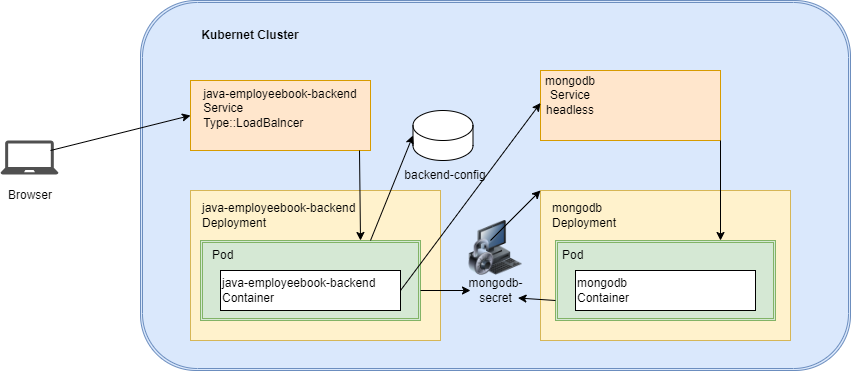
gandhipratik65/kube-assign keeps this draw.io diagram as img/architecture.png. Above is the earlier version. Source tidied: cells renumbered, new cells last; positions are measured from the earlier drawing's top-left corner, leaving out a move shared by most shapes. Source of this version:
```xml
<mxGraphModel>
  <root>
    <mxCell id="0" />
    <mxCell id="1" parent="0" />
    <mxCell id="2" style="sketch=0;shadow=0;dashed=0;html=1;strokeColor=none;fillColor=#505050;labelPosition=center;verticalLabelPosition=bottom;verticalAlign=top;align=center;shape=mxgraph.office.devices.laptop;" parent="1" vertex="1">
      <mxGeometry y="140" width="58" height="34" as="geometry" />
    </mxCell>
    <mxCell id="3" value="Browser" style="text;html=1;align=center;verticalAlign=middle;whiteSpace=wrap;rounded=0;" parent="1" vertex="1">
      <mxGeometry y="180" width="60" height="30" as="geometry" />
    </mxCell>
    <mxCell id="4" style="shape=ext;double=1;rounded=1;whiteSpace=wrap;html=1;fillColor=#dae8fc;strokeColor=#6c8ebf;" parent="1" vertex="1">
      <mxGeometry x="140" width="710" height="370" as="geometry" />
    </mxCell>
    <mxCell id="5" value="&lt;b&gt;Kubernet Cluster&lt;/b&gt;" style="text;html=1;align=center;verticalAlign=middle;whiteSpace=wrap;rounded=0;" parent="1" vertex="1">
      <mxGeometry x="180" y="20" width="140" height="30" as="geometry" />
    </mxCell>
    <mxCell id="6" value="java-employeebook-backend&lt;div style=&quot;text-align: left;&quot;&gt;Service&lt;/div&gt;&lt;div&gt;&lt;div style=&quot;text-align: left;&quot;&gt;&lt;span style=&quot;background-color: initial;&quot;&gt;Type::LoadBalncer&lt;/span&gt;&lt;/div&gt;&lt;div&gt;&lt;br&gt;&lt;/div&gt;&lt;/div&gt;" style="rounded=0;whiteSpace=wrap;html=1;fillColor=#ffe6cc;strokeColor=#d79b00;" parent="1" vertex="1">
      <mxGeometry x="190" y="80" width="180" height="70" as="geometry" />
    </mxCell>
    <mxCell id="7" style="rounded=0;whiteSpace=wrap;html=1;fillColor=#fff2cc;strokeColor=#d6b656;" parent="1" vertex="1">
      <mxGeometry x="190" y="190" width="250" height="150" as="geometry" />
    </mxCell>
    <mxCell id="8" value="java-employeebook-backend&lt;div&gt;Deployment&lt;/div&gt;" style="text;html=1;align=left;verticalAlign=middle;whiteSpace=wrap;rounded=0;" parent="1" vertex="1">
      <mxGeometry x="200" y="200" width="160" height="30" as="geometry" />
    </mxCell>
    <mxCell id="9" style="shape=ext;double=1;rounded=0;whiteSpace=wrap;html=1;fillColor=#d5e8d4;strokeColor=#82b366;" parent="1" vertex="1">
      <mxGeometry x="200" y="240" width="220" height="80" as="geometry" />
    </mxCell>
    <mxCell id="10" value="Pod" style="text;html=1;align=left;verticalAlign=middle;whiteSpace=wrap;rounded=0;" parent="1" vertex="1">
      <mxGeometry x="210" y="240" width="60" height="30" as="geometry" />
    </mxCell>
    <mxCell id="11" value="java-employeebook-backend&lt;div&gt;Container&lt;/div&gt;" style="rounded=0;whiteSpace=wrap;html=1;align=left;" parent="1" vertex="1">
      <mxGeometry x="220" y="270" width="180" height="40" as="geometry" />
    </mxCell>
    <mxCell id="12" value="&lt;div style=&quot;text-align: left;&quot;&gt;&lt;br&gt;&lt;/div&gt;&lt;div&gt;&lt;div&gt;&lt;br&gt;&lt;/div&gt;&lt;/div&gt;" style="rounded=0;whiteSpace=wrap;html=1;fillColor=#ffe6cc;strokeColor=#d79b00;" parent="1" vertex="1">
      <mxGeometry x="540" y="70" width="180" height="70" as="geometry" />
    </mxCell>
    <mxCell id="13" style="rounded=0;whiteSpace=wrap;html=1;fillColor=#fff2cc;strokeColor=#d6b656;" parent="1" vertex="1">
      <mxGeometry x="540" y="190" width="250" height="150" as="geometry" />
    </mxCell>
    <mxCell id="14" value="&lt;div&gt;mongodb&lt;/div&gt;&lt;div&gt;Deployment&lt;/div&gt;" style="text;html=1;align=left;verticalAlign=middle;whiteSpace=wrap;rounded=0;" parent="1" vertex="1">
      <mxGeometry x="550" y="200" width="160" height="30" as="geometry" />
    </mxCell>
    <mxCell id="15" style="shape=ext;double=1;rounded=0;whiteSpace=wrap;html=1;fillColor=#d5e8d4;strokeColor=#82b366;" parent="1" vertex="1">
      <mxGeometry x="555" y="240" width="220" height="80" as="geometry" />
    </mxCell>
    <mxCell id="16" value="&lt;div&gt;mongodb&lt;/div&gt;&lt;div&gt;Container&lt;/div&gt;" style="rounded=0;whiteSpace=wrap;html=1;align=left;" parent="1" vertex="1">
      <mxGeometry x="575" y="270" width="180" height="40" as="geometry" />
    </mxCell>
    <mxCell id="17" value="Pod" style="text;html=1;align=left;verticalAlign=middle;whiteSpace=wrap;rounded=0;" parent="1" vertex="1">
      <mxGeometry x="560" y="240" width="60" height="30" as="geometry" />
    </mxCell>
    <mxCell id="18" value="mongodb&lt;div&gt;Service&lt;/div&gt;&lt;div&gt;headless&lt;/div&gt;" style="text;html=1;align=center;verticalAlign=middle;whiteSpace=wrap;rounded=0;" parent="1" vertex="1">
      <mxGeometry x="540" y="80" width="60" height="30" as="geometry" />
    </mxCell>
    <mxCell id="19" style="shape=cylinder3;whiteSpace=wrap;html=1;boundedLbl=1;backgroundOutline=1;size=15;" parent="1" vertex="1">
      <mxGeometry x="412.5" y="110" width="60" height="50" as="geometry" />
    </mxCell>
    <mxCell id="20" value="backend-config" style="text;html=1;align=center;verticalAlign=middle;whiteSpace=wrap;rounded=0;" parent="1" vertex="1">
      <mxGeometry x="400" y="160" width="90" height="30" as="geometry" />
    </mxCell>
    <mxCell id="21" style="image;html=1;image=img/lib/clip_art/computers/Secure_System_128x128.png;" parent="1" vertex="1">
      <mxGeometry x="462.5" y="220" width="65" height="55" as="geometry" />
    </mxCell>
    <mxCell id="22" value="mongodb-secret" style="text;html=1;align=center;verticalAlign=middle;whiteSpace=wrap;rounded=0;" parent="1" vertex="1">
      <mxGeometry x="472.5" y="275" width="45" height="30" as="geometry" />
    </mxCell>
    <mxCell id="23" style="endArrow=classic;html=1;rounded=0;" parent="1" edge="1">
      <mxGeometry relative="1" as="geometry">
        <mxPoint x="359" y="150" as="sourcePoint" />
        <mxPoint x="360" y="240" as="targetPoint" />
      </mxGeometry>
    </mxCell>
    <mxCell id="24" style="endArrow=classic;html=1;rounded=0;entryX=0;entryY=0.5;entryDx=0;entryDy=0;entryPerimeter=0;" parent="1" edge="1" target="19">
      <mxGeometry relative="1" as="geometry">
        <mxPoint x="370" y="240" as="sourcePoint" />
      </mxGeometry>
    </mxCell>
    <mxCell id="25" style="endArrow=classic;html=1;rounded=0;" parent="1" edge="1">
      <mxGeometry relative="1" as="geometry">
        <mxPoint x="420" y="290" as="sourcePoint" />
        <mxPoint x="470" y="290" as="targetPoint" />
        <Array as="points">
          <mxPoint x="463" y="290" />
        </Array>
      </mxGeometry>
    </mxCell>
    <mxCell id="26" style="endArrow=classic;html=1;rounded=0;entryX=0;entryY=0.75;entryDx=0;entryDy=0;" parent="1" edge="1" target="18">
      <mxGeometry relative="1" as="geometry">
        <mxPoint x="400" y="290" as="sourcePoint" />
      </mxGeometry>
    </mxCell>
    <mxCell id="27" style="endArrow=classic;html=1;rounded=0;entryX=0.75;entryY=0;entryDx=0;entryDy=0;" parent="1" edge="1" target="15">
      <mxGeometry relative="1" as="geometry">
        <mxPoint x="720" y="140" as="sourcePoint" />
      </mxGeometry>
    </mxCell>
    <mxCell id="28" style="endArrow=classic;html=1;rounded=0;exitX=0;exitY=0.75;exitDx=0;exitDy=0;entryX=1;entryY=0.75;entryDx=0;entryDy=0;" parent="1" edge="1" source="15" target="22">
      <mxGeometry relative="1" as="geometry" />
    </mxCell>
    <mxCell id="29" style="endArrow=classic;html=1;rounded=0;" parent="1" edge="1">
      <mxGeometry relative="1" as="geometry">
        <mxPoint x="490" y="240" as="sourcePoint" />
        <mxPoint x="540" y="190" as="targetPoint" />
      </mxGeometry>
    </mxCell>
    <mxCell id="30" style="endArrow=classic;html=1;rounded=0;entryX=0;entryY=0.5;entryDx=0;entryDy=0;" parent="1" edge="1" target="6">
      <mxGeometry relative="1" as="geometry">
        <mxPoint x="50" y="150" as="sourcePoint" />
      </mxGeometry>
    </mxCell>
  </root>
</mxGraphModel>
```
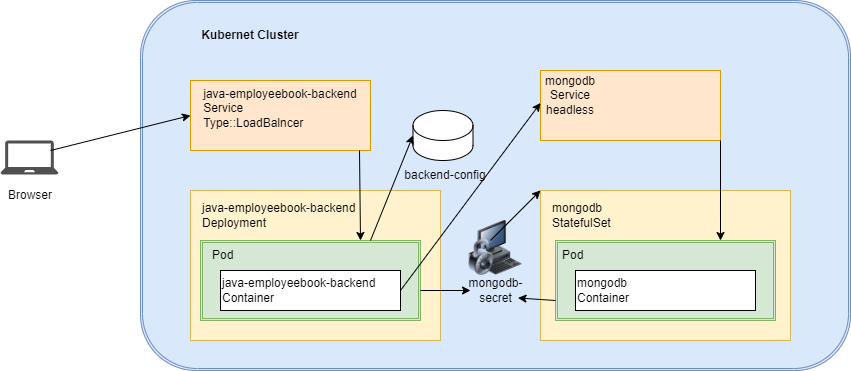
After the change.

Change to the diagram source:
```diff
@@ -38,7 +38,7 @@
     <mxCell id="13" style="rounded=0;whiteSpace=wrap;html=1;fillColor=#fff2cc;strokeColor=#d6b656;" parent="1" vertex="1">
       <mxGeometry x="540" y="190" width="250" height="150" as="geometry" />
     </mxCell>
-    <mxCell id="14" value="&lt;div&gt;mongodb&lt;/div&gt;&lt;div&gt;Deployment&lt;/div&gt;" style="text;html=1;align=left;verticalAlign=middle;whiteSpace=wrap;rounded=0;" parent="1" vertex="1">
+    <mxCell id="14" value="&lt;div&gt;mongodb&lt;/div&gt;&lt;div&gt;StatefulSet&lt;/div&gt;" style="text;html=1;align=left;verticalAlign=middle;whiteSpace=wrap;rounded=0;" parent="1" vertex="1">
       <mxGeometry x="550" y="200" width="160" height="30" as="geometry" />
     </mxCell>
     <mxCell id="15" style="shape=ext;double=1;rounded=0;whiteSpace=wrap;html=1;fillColor=#d5e8d4;strokeColor=#82b366;" parent="1" vertex="1">
```
